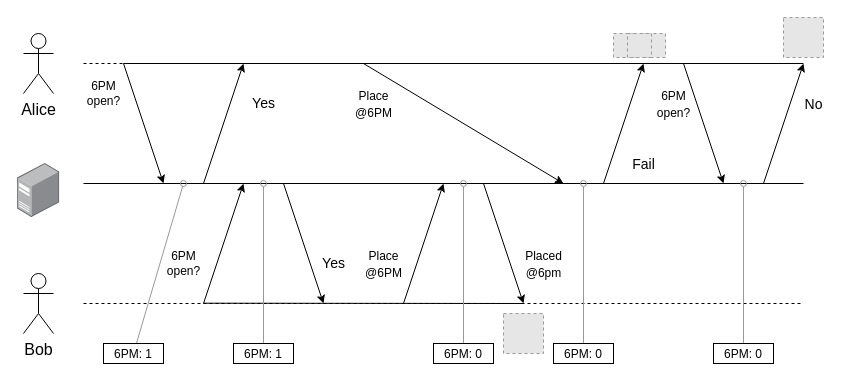
The draw.io diagram _diagrams/DRAFT-eventsourcing-02-solutions/use_scenario.drawio in e-kolpakov/e-kolpakov.github.io, before the edit. Source tidied: cells renumbered, new cells numbered last; positions are measured from the earlier drawing's top-left corner, leaving out a move shared by most shapes. Both pictures are drawn from the tidied source at 100%, with x=0, y=0 at pixel (17, 17). Pictures stored in the file or linked from it are replaced by grey dashed boxes.
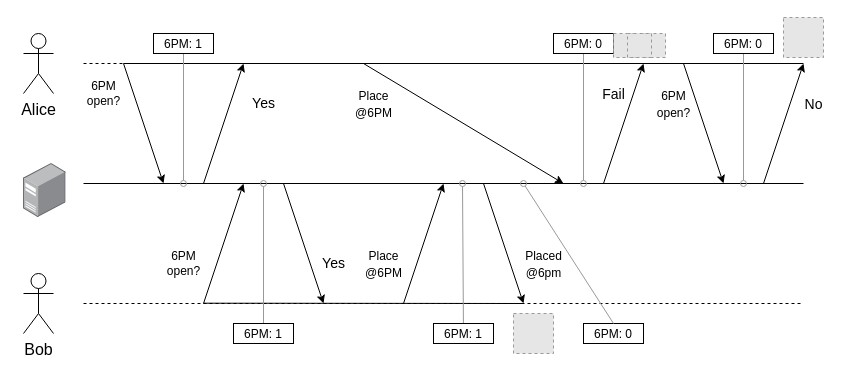
Above is the later version.

Unchanged cells that the change refers to:
```xml
<mxCell id="16" style="endArrow=classic;html=1;fontSize=14;" parent="1" edge="1">
  <mxGeometry relative="1" as="geometry">
    <mxPoint x="586" y="166" as="sourcePoint" />
    <mxPoint x="626" y="46" as="targetPoint" />
  </mxGeometry>
</mxCell>
```

The edit, as a diff of the source:
```diff
@@
     <mxCell id="17" value="Fail" style="edgeLabel;html=1;align=center;verticalAlign=middle;fontSize=14;" parent="16" vertex="1">
       <mxGeometry x="-0.33" y="2" relative="1" as="geometry">
-        <mxPoint x="28.5" y="20.8" as="offset" />
+        <mxPoint x="-1.4" y="-49.5" as="offset" />
       </mxGeometry>
     </mxCell>
@@
     <mxCell id="21" value="&lt;span style=&quot;font-size: 12px&quot;&gt;6PM: 1&lt;/span&gt;" style="rounded=0;whiteSpace=wrap;html=1;strokeColor=#000000;fontSize=14;" parent="1" vertex="1">
-      <mxGeometry x="86" y="326" width="60" height="20" as="geometry" />
+      <mxGeometry x="136" y="16" width="60" height="20" as="geometry" />
     </mxCell>
@@
     <mxCell id="23" value="&lt;span style=&quot;font-size: 12px&quot;&gt;6PM: 1&lt;/span&gt;" style="rounded=0;whiteSpace=wrap;html=1;strokeColor=#000000;fontSize=14;" parent="1" vertex="1">
-      <mxGeometry x="216" y="326" width="60" height="20" as="geometry" />
+      <mxGeometry x="216" y="306" width="60" height="20" as="geometry" />
     </mxCell>
     <mxCell id="24" style="edgeStyle=none;rounded=0;jettySize=auto;html=1;endArrow=oval;endFill=0;strokeColor=#999999;fontSize=14;" parent="1" edge="1" source="25">
       <mxGeometry relative="1" as="geometry">
-        <mxPoint x="446" y="166" as="targetPoint" />
+        <mxPoint x="445" y="166" as="targetPoint" />
       </mxGeometry>
     </mxCell>
-    <mxCell id="25" value="&lt;span style=&quot;font-size: 12px&quot;&gt;6PM: 0&lt;/span&gt;" style="rounded=0;whiteSpace=wrap;html=1;strokeColor=#000000;fontSize=14;" parent="1" vertex="1">
-      <mxGeometry x="416" y="326" width="60" height="20" as="geometry" />
+    <mxCell id="25" value="&lt;span style=&quot;font-size: 12px&quot;&gt;6PM: 1&lt;/span&gt;" style="rounded=0;whiteSpace=wrap;html=1;strokeColor=#000000;fontSize=14;" parent="1" vertex="1">
+      <mxGeometry x="416" y="306" width="60" height="20" as="geometry" />
     </mxCell>
@@
     <mxCell id="27" value="&lt;span style=&quot;font-size: 12px&quot;&gt;6PM: 0&lt;/span&gt;" style="rounded=0;whiteSpace=wrap;html=1;strokeColor=#000000;fontSize=14;" parent="1" vertex="1">
-      <mxGeometry x="536" y="326" width="60" height="20" as="geometry" />
+      <mxGeometry x="536" y="16" width="60" height="20" as="geometry" />
     </mxCell>
     <mxCell id="28" style="fillColor=#E6E6E6;strokeColor=#999999;dashed=1;html=1;verticalAlign=top;verticalLabelPosition=bottom;labelBackgroundColor=#ffffff;fontSize=14;" parent="1" vertex="1">
-      <mxGeometry x="486" y="296" width="40" height="40" as="geometry" />
+      <mxGeometry x="496" y="296" width="40" height="40" as="geometry" />
     </mxCell>
@@
-    <mxCell id="37" style="edgeStyle=none;rounded=0;orthogonalLoop=1;jettySize=auto;html=1;endArrow=oval;endFill=0;strokeColor=#999999;fontSize=14;" parent="1" edge="1">
+    <mxCell id="37" style="edgeStyle=none;rounded=0;jettySize=auto;html=1;endArrow=oval;endFill=0;strokeColor=#999999;fontSize=14;exitX=0.5;exitY=1;exitDx=0;exitDy=0;" parent="1" edge="1" source="38">
       <mxGeometry relative="1" as="geometry">
-        <mxPoint x="726" y="326" as="sourcePoint" />
         <mxPoint x="726" y="166" as="targetPoint" />
       </mxGeometry>
     </mxCell>
     <mxCell id="38" value="&lt;span style=&quot;font-size: 12px&quot;&gt;6PM: 0&lt;/span&gt;" style="rounded=0;whiteSpace=wrap;html=1;strokeColor=#000000;fontSize=14;" parent="1" vertex="1">
-      <mxGeometry x="696" y="326" width="60" height="20" as="geometry" />
+      <mxGeometry x="696" y="16" width="60" height="20" as="geometry" />
     </mxCell>
@@
-    <mxCell id="40" style="html=1;align=center;shadow=0;dashed=0;image;image=img/lib/allied_telesis/computer_and_terminals/Server_Desktop.svg;strokeColor=#000000;fontSize=14;" parent="1" vertex="1">
-      <mxGeometry x="-0.3" y="146" width="42.6" height="54" as="geometry" />
-    </mxCell>
+    <mxCell id="41" style="html=1;align=center;shadow=0;dashed=0;image;image=img/lib/allied_telesis/computer_and_terminals/Server_Desktop.svg;strokeColor=#000000;fontSize=14;" parent="1" vertex="1">
+      <mxGeometry x="6" y="146" width="42.6" height="54" as="geometry" />
+    </mxCell>
+    <mxCell id="42" value="&lt;span style=&quot;font-size: 12px&quot;&gt;6PM: 0&lt;/span&gt;" style="rounded=0;whiteSpace=wrap;html=1;strokeColor=#000000;fontSize=14;" parent="1" vertex="1">
+      <mxGeometry x="566" y="306" width="60" height="20" as="geometry" />
+    </mxCell>
+    <mxCell id="43" style="edgeStyle=none;rounded=0;jettySize=auto;html=1;endArrow=oval;endFill=0;strokeColor=#999999;fontSize=14;exitX=0.5;exitY=0;exitDx=0;exitDy=0;" parent="1" edge="1" source="42">
+      <mxGeometry relative="1" as="geometry">
+        <mxPoint x="506" y="166" as="targetPoint" />
+      </mxGeometry>
+    </mxCell>
```
